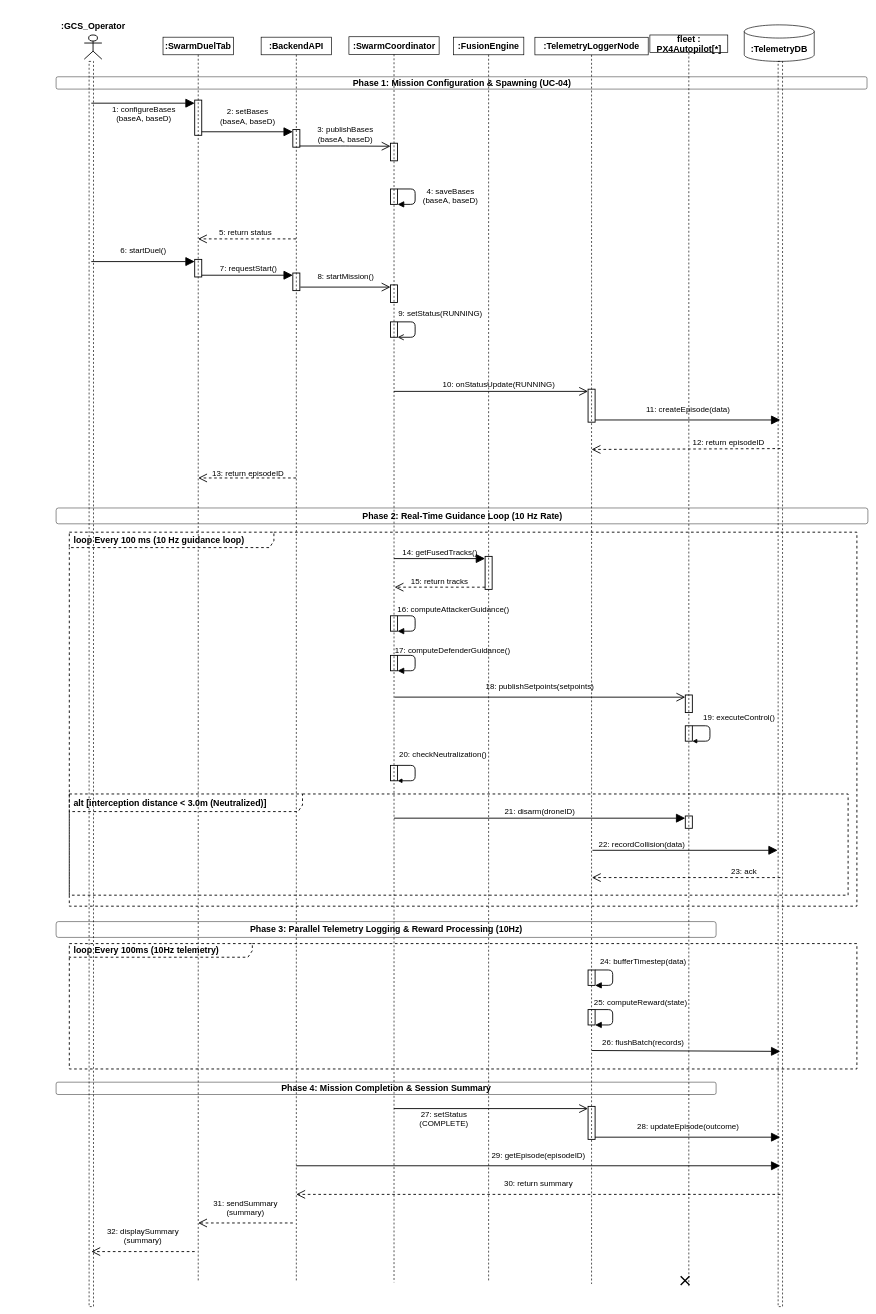
This is 14_sequence_mission.drawio from syedmohammad611/diagrams, a draw.io file, before an edit. Source tidied: cells renumbered, new cells numbered last; positions are measured from the earlier drawing's top-left corner, leaving out a move shared by most shapes. Both pictures are drawn from the tidied source at 44%, with x=0, y=0 at pixel (56, 25).
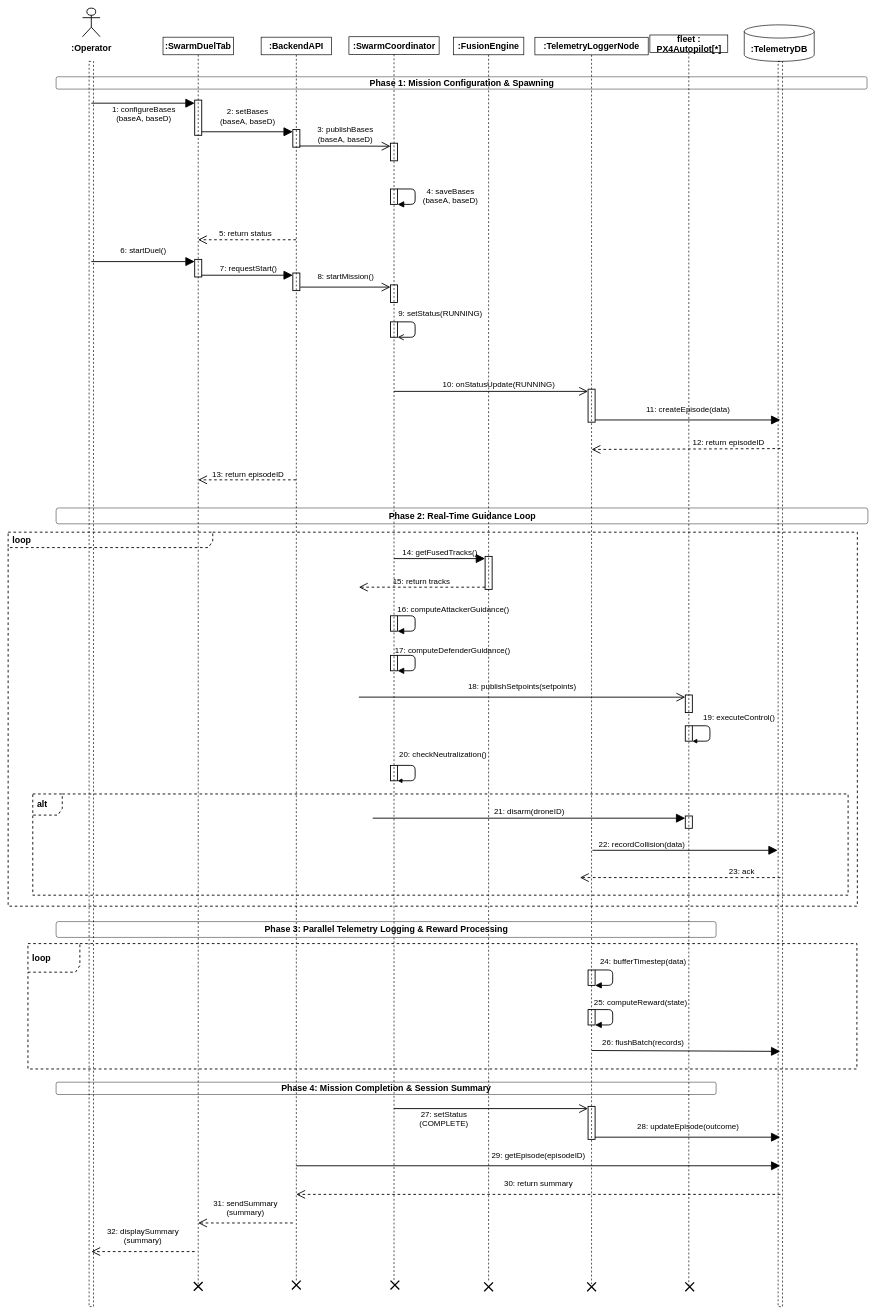
Above is the later version.

The change refers to these unchanged cells:
```xml
<mxCell id="16" value="&lt;b&gt;&lt;font&gt;fleet : PX4Autopilot[*]&lt;/font&gt;&lt;/b&gt;" style="shape=umlLifeline;perimeter=lifelinePerimeter;whiteSpace=wrap;html=1;fillColor=none;strokeColor=#000000;strokeWidth=1.5;fontStyle=1;fontFamily=Helvetica;fontColor=#000000;fontSize=20;" parent="1" vertex="1">
  <mxGeometry x="1349.5" y="23" width="177" height="2844" as="geometry" />
</mxCell>
```

Diff of the diagram source:
```diff
@@
-<mxGraphModel>
+<mxGraphModel background="#ffffff">
@@
-    <mxCell id="2" value="&lt;b&gt;:GCS_Operator&lt;/b&gt;" style="shape=umlActor;html=1;fillColor=none;strokeColor=#000000;strokeWidth=2;fontFamily=Helvetica;fontColor=#000000;fontSize=20;fontStyle=1;verticalLabelPosition=top;verticalAlign=bottom;spacingBottom=6;" parent="1" vertex="1">
-      <mxGeometry x="64" y="23" width="40" height="55" as="geometry" />
-    </mxCell>
@@
     <mxCell id="4" value="&lt;b&gt;:SwarmDuelTab&lt;/b&gt;" style="shape=umlLifeline;perimeter=lifelinePerimeter;whiteSpace=wrap;html=1;outlineConnect=0;fillColor=none;strokeColor=#000000;strokeWidth=1.5;fontStyle=1;fontFamily=Helvetica;fontColor=#000000;fontSize=20;" parent="1" vertex="1">
-      <mxGeometry x="243" y="28" width="160" height="2830" as="geometry" />
+      <mxGeometry x="243" y="28" width="160" height="2842" as="geometry" />
     </mxCell>
@@
-    <mxCell id="17" style="shape=mxgraph.sysml.x;strokeColor=#000000;strokeWidth=3;fillColor=#000000;fontSize=18;" parent="16" vertex="1">
-      <mxGeometry x="70" y="2821" width="20" height="20" as="geometry" />
-    </mxCell>
@@
-    <mxCell id="34" value="&lt;b&gt;&lt;font style=&quot;font-size: 20px;&quot;&gt;Phase 1: Mission Configuration &amp;amp; Spawning (UC-04)&lt;/font&gt;&lt;/b&gt;" style="text;html=1;strokeColor=#000000;fillColor=none;align=center;verticalAlign=middle;fontFamily=Helvetica;fontColor=#000000;rounded=1;strokeWidth=1;fontSize=18;fontStyle=1;" parent="1" vertex="1">
+    <mxCell id="34" value="&lt;b&gt;&lt;font style=&quot;font-size: 20px;&quot;&gt;Phase 1: Mission Configuration &amp;amp; Spawning&lt;/font&gt;&lt;/b&gt;" style="text;html=1;strokeColor=#000000;fillColor=none;align=center;verticalAlign=middle;fontFamily=Helvetica;fontColor=#000000;rounded=1;strokeWidth=1;fontSize=18;fontStyle=1;" parent="1" vertex="1">
       <mxGeometry y="118" width="1843" height="28" as="geometry" />
     </mxCell>
@@
-    <mxCell id="46" value="&lt;b&gt;&lt;font style=&quot;font-size: 20px;&quot;&gt;Phase 2: Real-Time Guidance Loop (10 Hz Rate)&lt;/font&gt;&lt;/b&gt;" style="text;html=1;strokeColor=#000000;fillColor=none;align=center;verticalAlign=middle;fontFamily=Helvetica;fontColor=#000000;rounded=1;strokeWidth=1;fontSize=18;fontStyle=1;" parent="1" vertex="1">
+    <mxCell id="46" value="&lt;b&gt;&lt;font style=&quot;font-size: 20px;&quot;&gt;Phase 2: Real-Time Guidance Loop&lt;/font&gt;&lt;/b&gt;" style="text;html=1;strokeColor=#000000;fillColor=none;align=center;verticalAlign=middle;fontFamily=Helvetica;fontColor=#000000;rounded=1;strokeWidth=1;fontSize=18;fontStyle=1;" parent="1" vertex="1">
       <mxGeometry y="1098" width="1845" height="36" as="geometry" />
     </mxCell>
-    <mxCell id="47" value="&lt;b&gt;&lt;font style=&quot;font-size: 20px;&quot;&gt;loop Every 100 ms (10 Hz guidance loop)&lt;/font&gt;&lt;/b&gt;" style="shape=umlFrame;whiteSpace=wrap;html=1;width=465;height=35;boundedLbl=1;verticalAlign=middle;align=left;spacingLeft=8;fillColor=none;strokeColor=#000000;dashed=1;fontColor=#000000;fontFamily=Helvetica;fontSize=18;strokeWidth=2;fontStyle=1;" parent="1" vertex="1">
-      <mxGeometry x="30" y="1153" width="1790" height="850" as="geometry" />
+    <mxCell id="47" value="&lt;b&gt;&lt;font style=&quot;font-size: 20px;&quot;&gt;loop&lt;/font&gt;&lt;/b&gt;" style="shape=umlFrame;whiteSpace=wrap;html=1;width=465;height=35;boundedLbl=1;verticalAlign=middle;align=left;spacingLeft=8;fillColor=none;strokeColor=#000000;dashed=1;fontColor=#000000;fontFamily=Helvetica;fontSize=18;strokeWidth=2;fontStyle=1;" parent="1" vertex="1">
+      <mxGeometry x="-109" y="1153" width="1930" height="850" as="geometry" />
     </mxCell>
@@
-    <mxCell id="55" value="&lt;b&gt;&lt;font style=&quot;font-size: 20px;&quot;&gt;alt [interception distance &amp;lt; 3.0m (Neutralized)]&lt;/font&gt;&lt;/b&gt;" style="shape=umlFrame;whiteSpace=wrap;html=1;width=530;height=40;boundedLbl=1;verticalAlign=middle;align=left;spacingLeft=8;fillColor=none;strokeColor=#000000;dashed=1;fontColor=#000000;fontFamily=Helvetica;fontSize=18;strokeWidth=2;fontStyle=1;" parent="1" vertex="1">
-      <mxGeometry x="30" y="1748" width="1770" height="230" as="geometry" />
+    <mxCell id="55" value="&lt;b&gt;&lt;font style=&quot;font-size: 20px;&quot;&gt;alt&amp;nbsp;&lt;/font&gt;&lt;/b&gt;" style="shape=umlFrame;whiteSpace=wrap;html=1;width=67;height=48;boundedLbl=1;verticalAlign=middle;align=left;spacingLeft=8;fillColor=none;strokeColor=#000000;dashed=1;fontColor=#000000;fontFamily=Helvetica;fontSize=18;strokeWidth=2;fontStyle=1;" parent="1" vertex="1">
+      <mxGeometry x="-53" y="1748" width="1853" height="230" as="geometry" />
     </mxCell>
@@
-    <mxCell id="59" value="&lt;b&gt;&lt;font style=&quot;font-size: 20px;&quot;&gt;Phase 3: Parallel Telemetry Logging &amp;amp; Reward Processing (10Hz)&lt;/font&gt;&lt;/b&gt;" style="text;html=1;strokeColor=#000000;fillColor=none;align=center;verticalAlign=middle;fontFamily=Helvetica;fontColor=#000000;rounded=1;strokeWidth=1;fontSize=18;fontStyle=1;" parent="1" vertex="1">
+    <mxCell id="59" value="&lt;b&gt;&lt;font style=&quot;font-size: 20px;&quot;&gt;Phase 3: Parallel Telemetry Logging &amp;amp; Reward Processing&lt;/font&gt;&lt;/b&gt;" style="text;html=1;strokeColor=#000000;fillColor=none;align=center;verticalAlign=middle;fontFamily=Helvetica;fontColor=#000000;rounded=1;strokeWidth=1;fontSize=18;fontStyle=1;" parent="1" vertex="1">
       <mxGeometry y="2038" width="1500" height="36" as="geometry" />
     </mxCell>
-    <mxCell id="60" value="&lt;b&gt;&lt;font style=&quot;font-size: 20px;&quot;&gt;loop Every 100ms (10Hz telemetry)&lt;/font&gt;&lt;/b&gt;" style="shape=umlFrame;whiteSpace=wrap;html=1;width=416;height=31;boundedLbl=1;verticalAlign=middle;align=left;spacingLeft=8;fillColor=none;strokeColor=#000000;dashed=1;fontColor=#000000;fontFamily=Helvetica;fontSize=18;strokeWidth=2;fontStyle=1;" parent="1" vertex="1">
-      <mxGeometry x="30" y="2088" width="1790" height="285" as="geometry" />
+    <mxCell id="60" value="&lt;b&gt;&lt;font style=&quot;font-size: 20px;&quot;&gt;loop&lt;/font&gt;&lt;/b&gt;" style="shape=umlFrame;whiteSpace=wrap;html=1;width=118;height=65;boundedLbl=1;verticalAlign=middle;align=left;spacingLeft=8;fillColor=none;strokeColor=#000000;dashed=1;fontColor=#000000;fontFamily=Helvetica;fontSize=18;strokeWidth=2;fontStyle=1;" parent="1" vertex="1">
+      <mxGeometry x="-64" y="2088" width="1884" height="285" as="geometry" />
     </mxCell>
@@
+    <mxCell id="17" style="shape=mxgraph.sysml.x;strokeColor=#000000;strokeWidth=3;fillColor=#000000;fontSize=18;" parent="1" vertex="1">
+      <mxGeometry x="1430" y="2858" width="20" height="20" as="geometry" />
+    </mxCell>
+    <mxCell id="71" style="shape=mxgraph.sysml.x;strokeColor=#000000;strokeWidth=3;fillColor=#000000;fontSize=18;" parent="1" vertex="1">
+      <mxGeometry x="1207" y="2858" width="20" height="20" as="geometry" />
+    </mxCell>
+    <mxCell id="72" style="shape=mxgraph.sysml.x;strokeColor=#000000;strokeWidth=3;fillColor=#000000;fontSize=18;" parent="1" vertex="1">
+      <mxGeometry x="973" y="2858" width="20" height="20" as="geometry" />
+    </mxCell>
+    <mxCell id="73" style="shape=mxgraph.sysml.x;strokeColor=#000000;strokeWidth=3;fillColor=#000000;fontSize=18;" parent="1" vertex="1">
+      <mxGeometry x="760" y="2854" width="20" height="20" as="geometry" />
+    </mxCell>
+    <mxCell id="74" style="shape=mxgraph.sysml.x;strokeColor=#000000;strokeWidth=3;fillColor=#000000;fontSize=18;" parent="1" vertex="1">
+      <mxGeometry x="536" y="2854" width="20" height="20" as="geometry" />
+    </mxCell>
+    <mxCell id="75" style="shape=mxgraph.sysml.x;strokeColor=#000000;strokeWidth=3;fillColor=#000000;fontSize=18;" parent="1" vertex="1">
+      <mxGeometry x="313" y="2857" width="20" height="20" as="geometry" />
+    </mxCell>
+    <mxCell id="76" value="&lt;b&gt;&lt;font style=&quot;font-size: 20px;&quot;&gt;:Operator&lt;/font&gt;&lt;/b&gt;" style="shape=umlActor;html=1;fillColor=none;strokeColor=#000000;strokeWidth=2;fontFamily=Helvetica;fontColor=#000000;fontSize=15;fontStyle=1;verticalLabelPosition=bottom;verticalAlign=top;spacingTop=6;" parent="1" vertex="1">
+      <mxGeometry x="60" y="-38" width="40" height="65" as="geometry" />
+    </mxCell>
```
